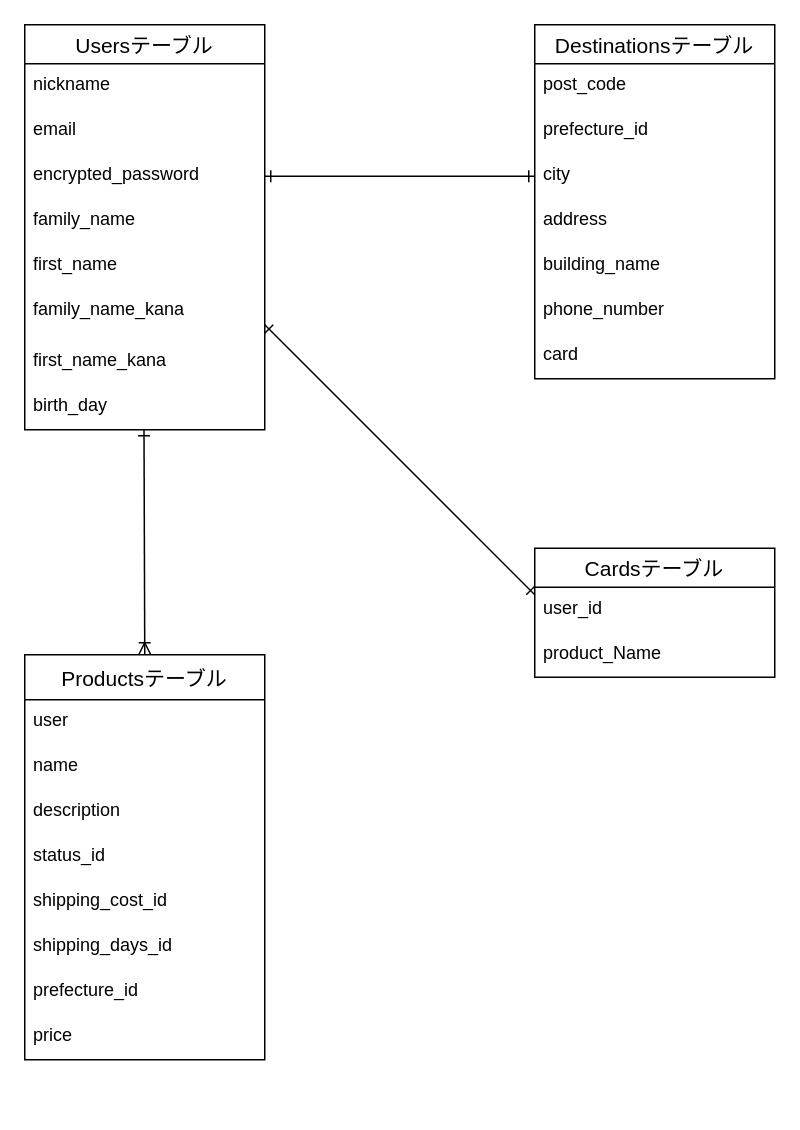
The draw.io diagram test.dio in Echi0905/furima-38436, before the edit. Source tidied: cells renumbered, new cells numbered last; positions are measured from the earlier drawing's top-left corner, leaving out a move shared by most shapes. Both pictures are drawn from the tidied source at 150%, with x=0, y=0 at pixel (24, 24).
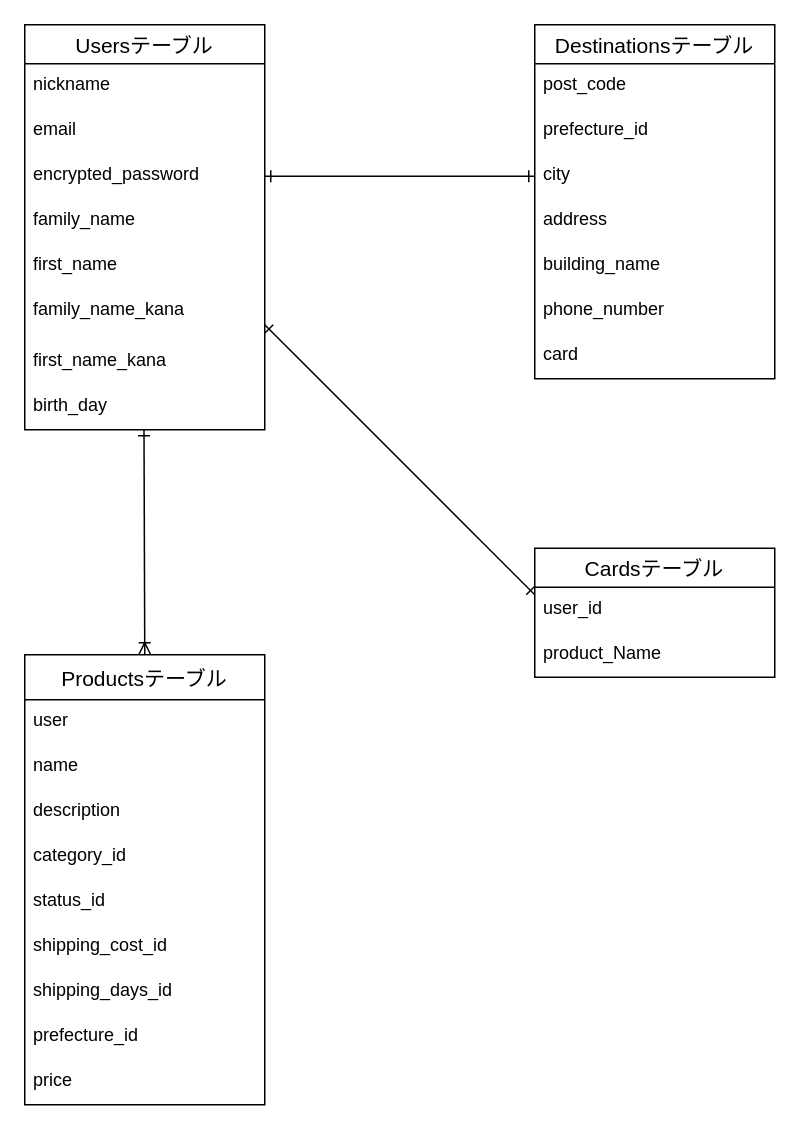
The same diagram, later.

Commit message (it also covers changes not shown here):
ER図・README修正②

What changed in the source:
```diff
@@
     <mxCell id="2" value="Productsテーブル" style="swimlane;fontStyle=0;horizontal=1;startSize=30;align=center;fontSize=14;" parent="1" vertex="1">
-      <mxGeometry y="420" width="160" height="270" as="geometry" />
+      <mxGeometry y="420" width="160" height="300" as="geometry" />
     </mxCell>
@@
+    <mxCell id="34" value="category_id " style="text;strokeColor=none;fillColor=none;spacingLeft=4;spacingRight=4;overflow=hidden;fontSize=12;" parent="2" vertex="1">
+      <mxGeometry y="120" width="160" height="30" as="geometry" />
+    </mxCell>
     <mxCell id="6" value="status_id" style="text;strokeColor=none;fillColor=none;spacingLeft=4;spacingRight=4;overflow=hidden;fontSize=12;" parent="2" vertex="1">
-      <mxGeometry y="120" width="160" height="30" as="geometry" />
+      <mxGeometry y="150" width="160" height="30" as="geometry" />
     </mxCell>
     <mxCell id="7" value="shipping_cost_id" style="text;strokeColor=none;fillColor=none;spacingLeft=4;spacingRight=4;overflow=hidden;fontSize=12;" parent="2" vertex="1">
-      <mxGeometry y="150" width="160" height="30" as="geometry" />
+      <mxGeometry y="180" width="160" height="30" as="geometry" />
     </mxCell>
     <mxCell id="8" value="shipping_days_id&#10;&#10;" style="text;strokeColor=none;fillColor=none;spacingLeft=4;spacingRight=4;overflow=hidden;fontSize=12;" parent="2" vertex="1">
-      <mxGeometry y="180" width="160" height="30" as="geometry" />
+      <mxGeometry y="210" width="160" height="30" as="geometry" />
     </mxCell>
     <mxCell id="9" value="prefecture_id&#10;" style="text;strokeColor=none;fillColor=none;spacingLeft=4;spacingRight=4;overflow=hidden;fontSize=12;" parent="2" vertex="1">
-      <mxGeometry y="210" width="160" height="30" as="geometry" />
+      <mxGeometry y="240" width="160" height="30" as="geometry" />
     </mxCell>
     <mxCell id="10" value="price" style="text;strokeColor=none;fillColor=none;spacingLeft=4;spacingRight=4;overflow=hidden;fontSize=12;" parent="2" vertex="1">
-      <mxGeometry y="240" width="160" height="30" as="geometry" />
+      <mxGeometry y="270" width="160" height="30" as="geometry" />
     </mxCell>
```
